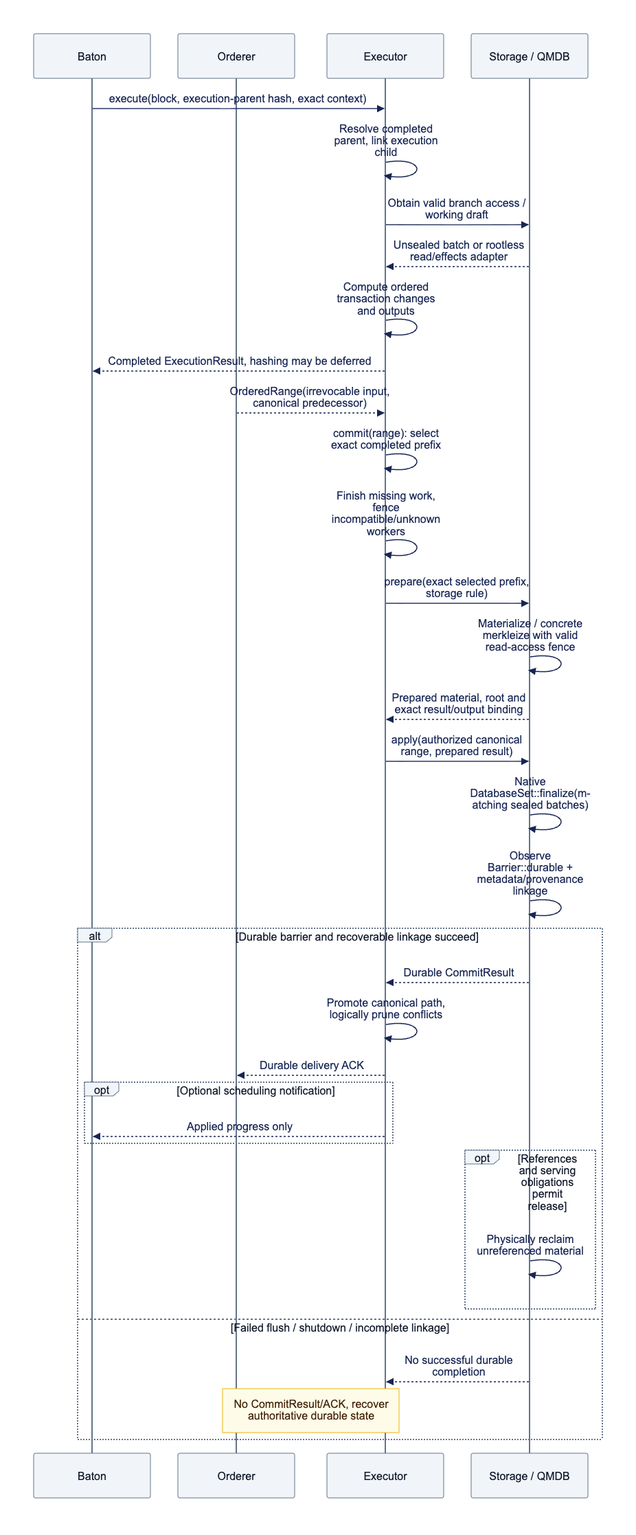
This is docs/assets/diagrams/diagram-09.png from djm07073/baton-research, a Mermaid export, as it was before one commit. Its source is kept beside it as docs/assets/diagrams/diagram-09.mmd.
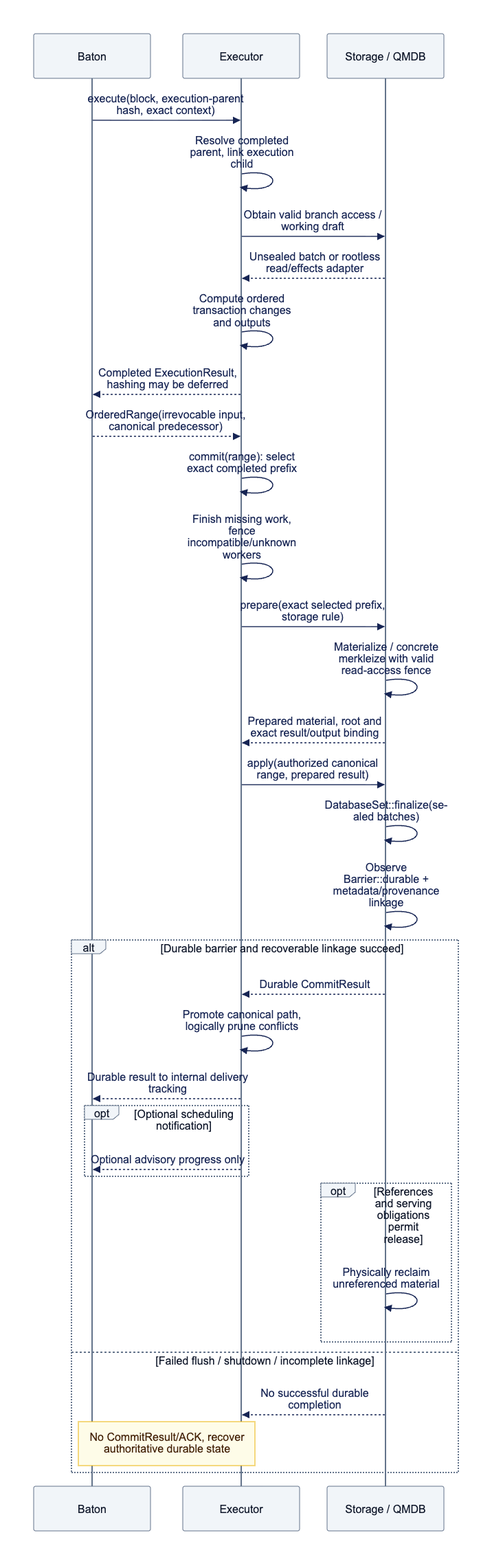
Above is the later version.

The edit, as a diff of the source:
```diff
@@ -1,6 +1,5 @@
 sequenceDiagram
     participant B as Baton
-    participant M as Orderer
     participant E as Executor
     participant S as Storage / QMDB
     B->>E: execute(block, execution-parent hash, exact context)
@@ -9,26 +8,26 @@
     S-->>E: Unsealed batch or rootless read/effects adapter
     E->>E: Compute ordered transaction changes and outputs
     E-->>B: Completed ExecutionResult, hashing may be deferred
-    M-->>E: OrderedRange(irrevocable input, canonical predecessor)
+    B-->>E: OrderedRange(irrevocable input, canonical predecessor)
     E->>E: commit(range): select exact completed prefix
     E->>E: Finish missing work, fence incompatible/unknown workers
     E->>S: prepare(exact selected prefix, storage rule)
     S->>S: Materialize / concrete merkleize with valid read-access fence
     S-->>E: Prepared material, root and exact result/output binding
     E->>S: apply(authorized canonical range, prepared result)
-    S->>S: Native DatabaseSet::finalize(matching sealed batches)
+    S->>S: DatabaseSet::finalize(sealed batches)
     S->>S: Observe Barrier::durable + metadata/provenance linkage
     alt Durable barrier and recoverable linkage succeed
         S-->>E: Durable CommitResult
         E->>E: Promote canonical path, logically prune conflicts
-        E-->>M: Durable delivery ACK
+        E-->>B: Durable result to internal delivery tracking
         opt Optional scheduling notification
-            E-->>B: Applied progress only
+            E-->>B: Optional advisory progress only
         end
         opt References and serving obligations permit release
             S->>S: Physically reclaim unreferenced material
         end
     else Failed flush / shutdown / incomplete linkage
         S-->>E: No successful durable completion
-        Note over M,E: No CommitResult/ACK, recover authoritative durable state
+        Note over B,E: No CommitResult/ACK, recover authoritative durable state
     end
```
